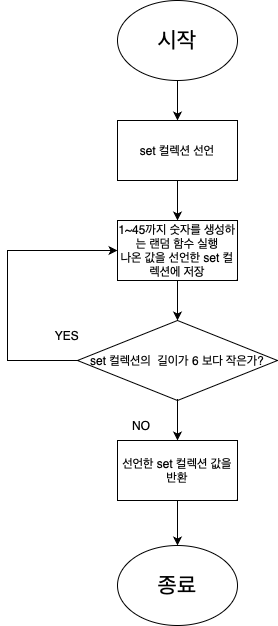
This is week2_step1_diagram.png from yagom-academy/swift-starter-Round2, a draw.io export, as it was before one commit. Source tidied: cells renumbered, new cells last; positions are measured from the earlier drawing's top-left corner, leaving out a move shared by most shapes.
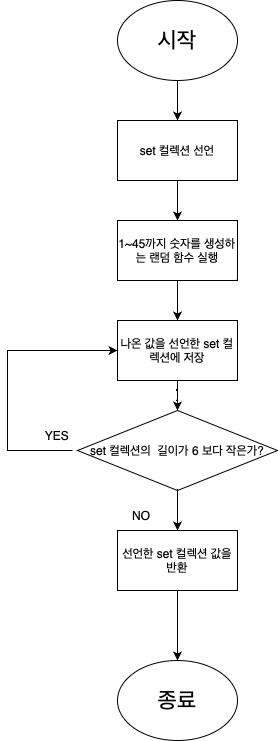
The same diagram one commit later.

Commit message:
week2_step1 diagram 수정

The edit, as a diff of the source:
```diff
@@ -1,4 +1,4 @@
-<mxGraphModel>
+<mxGraphModel background="#ffffff">
   <root>
     <mxCell id="0" />
     <mxCell id="1" parent="0" />
@@ -14,40 +14,46 @@
     <mxCell id="5" value="set 컬렉션 선언" style="rounded=0;whiteSpace=wrap;html=1;fontSize=12;" parent="1" vertex="1">
       <mxGeometry x="110" y="120" width="120" height="60" as="geometry" />
     </mxCell>
-    <mxCell id="6" style="edgeStyle=orthogonalEdgeStyle;rounded=0;jettySize=auto;html=1;entryX=0;entryY=0.5;entryDx=0;entryDy=0;" parent="1" edge="1" source="8" target="10">
-      <mxGeometry relative="1" as="geometry">
-        <Array as="points">
-          <mxPoint y="360" />
-          <mxPoint y="250" />
-        </Array>
-      </mxGeometry>
-    </mxCell>
     <mxCell id="7" style="edgeStyle=orthogonalEdgeStyle;rounded=0;jettySize=auto;html=1;" parent="1" edge="1" source="8" target="13">
       <mxGeometry relative="1" as="geometry" />
     </mxCell>
     <mxCell id="8" value="set 컬렉션의 &amp;nbsp;길이가 6 보다 작은가?" style="rhombus;whiteSpace=wrap;html=1;" parent="1" vertex="1">
-      <mxGeometry x="70" y="320" width="200" height="80" as="geometry" />
+      <mxGeometry x="70" y="410" width="200" height="80" as="geometry" />
     </mxCell>
-    <mxCell id="9" style="edgeStyle=orthogonalEdgeStyle;rounded=0;jettySize=auto;html=1;" parent="1" edge="1" source="10" target="8">
-      <mxGeometry relative="1" as="geometry" />
-    </mxCell>
+    <mxCell id="16" style="edgeStyle=orthogonalEdgeStyle;rounded=0;jettySize=auto;html=1;fontSize=12;" parent="1" edge="1" source="10" target="19">
+      <mxGeometry relative="1" as="geometry" />
+    </mxCell>
-    <mxCell id="10" value="1~45까지 숫자를 생성하는 랜덤 함수 실행&lt;br&gt;나온 값을 선언한 set 컬렉션에 저장&lt;br&gt;" style="rounded=0;whiteSpace=wrap;html=1;" parent="1" vertex="1">
+    <mxCell id="10" value="1~45까지 숫자를 생성하는 랜덤 함수 실행&lt;br&gt;" style="rounded=0;whiteSpace=wrap;html=1;" parent="1" vertex="1">
       <mxGeometry x="110" y="220" width="120" height="60" as="geometry" />
     </mxCell>
+    <mxCell id="17" style="edgeStyle=orthogonalEdgeStyle;rounded=0;jettySize=auto;html=1;exitX=0.75;exitY=1;exitDx=0;exitDy=0;entryX=0;entryY=0.5;entryDx=0;entryDy=0;fontSize=12;" parent="1" edge="1" source="11" target="19">
+      <mxGeometry relative="1" as="geometry">
+        <Array as="points">
+          <mxPoint y="450" />
+          <mxPoint y="350" />
+        </Array>
+      </mxGeometry>
+    </mxCell>
     <mxCell id="11" value="YES" style="text;strokeColor=none;align=center;fillColor=none;html=1;verticalAlign=middle;whiteSpace=wrap;rounded=0;" parent="1" vertex="1">
-      <mxGeometry x="30" y="320" width="60" height="30" as="geometry" />
+      <mxGeometry x="20" y="420" width="60" height="30" as="geometry" />
     </mxCell>
     <mxCell id="12" style="edgeStyle=orthogonalEdgeStyle;rounded=0;jettySize=auto;html=1;" parent="1" edge="1" source="13" target="15">
       <mxGeometry relative="1" as="geometry" />
     </mxCell>
     <mxCell id="13" value="선언한 set 컬렉션 값을 반환" style="rounded=0;whiteSpace=wrap;html=1;" parent="1" vertex="1">
-      <mxGeometry x="110" y="440" width="120" height="60" as="geometry" />
+      <mxGeometry x="110" y="530" width="120" height="60" as="geometry" />
     </mxCell>
     <mxCell id="14" value="NO" style="text;strokeColor=none;align=center;fillColor=none;html=1;verticalAlign=middle;whiteSpace=wrap;rounded=0;" parent="1" vertex="1">
-      <mxGeometry x="104" y="410" width="60" height="30" as="geometry" />
+      <mxGeometry x="104" y="500" width="60" height="30" as="geometry" />
     </mxCell>
     <mxCell id="15" value="종료" style="ellipse;whiteSpace=wrap;html=1;fontSize=22;" parent="1" vertex="1">
-      <mxGeometry x="110" y="545" width="120" height="80" as="geometry" />
+      <mxGeometry x="110" y="660" width="120" height="80" as="geometry" />
     </mxCell>
+    <mxCell id="18" style="edgeStyle=orthogonalEdgeStyle;rounded=0;jettySize=auto;html=1;fontSize=12;" parent="1" edge="1" source="19" target="8">
+      <mxGeometry relative="1" as="geometry" />
+    </mxCell>
+    <mxCell id="19" value="나온 값을 선언한 set 컬렉션에 저장" style="rounded=0;whiteSpace=wrap;html=1;fontSize=12;" parent="1" vertex="1">
+      <mxGeometry x="110" y="320" width="120" height="60" as="geometry" />
+    </mxCell>
   </root>
 </mxGraphModel>
```
